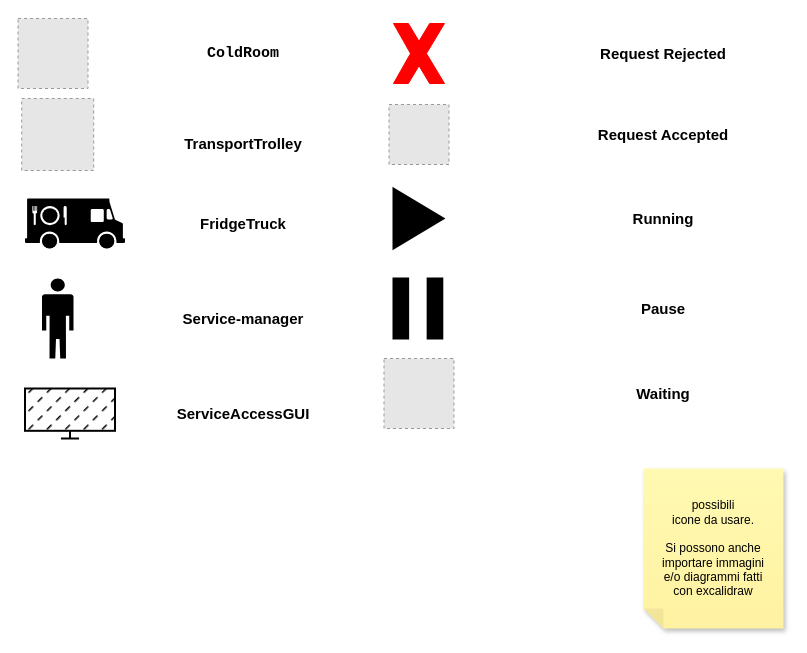
Before: Sprint0/userDocs/resources/draw/legenda.drawio in LEOB3TA/ColdStorageService-Project, a draw.io diagram. Source tidied: cells renumbered, new cells numbered last; positions are measured from the earlier drawing's top-left corner, leaving out a move shared by most shapes. Both pictures are drawn from the tidied source at 100%, with x=0, y=0 at pixel (17, 18). Pictures stored in the file or linked from it are replaced by grey dashed boxes.
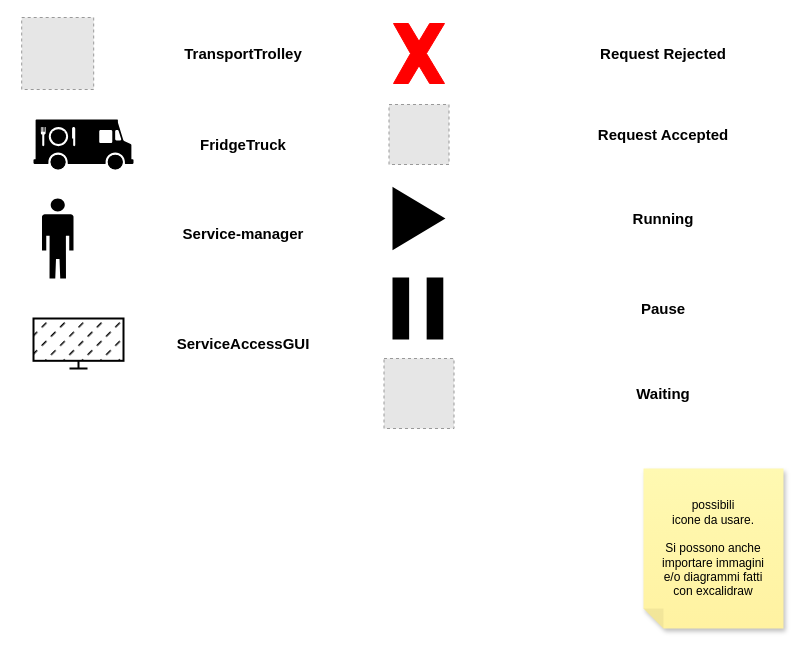
Above is the later version.

Diff of the diagram source:
```diff
@@
-    <mxCell id="2" value="&lt;div align=&quot;right&quot;&gt;&lt;br&gt;&lt;/div&gt;" style="fillColor=#E6E6E6;strokeColor=#999999;dashed=1;html=1;verticalAlign=top;verticalLabelPosition=bottom;labelBackgroundColor=#ffffff;" parent="1" vertex="1">
-      <mxGeometry x="0.5" width="70" height="70" as="geometry" />
-    </mxCell>
     <mxCell id="3" style="fillColor=#E6E6E6;strokeColor=#999999;dashed=1;html=1;verticalAlign=top;verticalLabelPosition=bottom;labelBackgroundColor=#ffffff;" parent="1" vertex="1">
-      <mxGeometry x="4.2" y="80" width="72" height="72" as="geometry" />
+      <mxGeometry x="4.2" y="-1" width="72" height="72" as="geometry" />
     </mxCell>
     <mxCell id="4" style="shape=mxgraph.signs.food.food_truck;html=1;fillColor=#000000;strokeColor=none;verticalLabelPosition=bottom;verticalAlign=top;align=center;" parent="1" vertex="1">
-      <mxGeometry x="7.5" y="180" width="100" height="50" as="geometry" />
+      <mxGeometry x="16" y="101" width="100" height="50" as="geometry" />
     </mxCell>
     <mxCell id="5" style="shape=mxgraph.signs.people.man_2;html=1;fillColor=#000000;strokeColor=none;verticalLabelPosition=bottom;verticalAlign=top;align=center;" parent="1" vertex="1">
-      <mxGeometry x="24.5" y="260" width="31.5" height="80" as="geometry" />
+      <mxGeometry x="24.5" y="180" width="31.5" height="80" as="geometry" />
     </mxCell>
@@
-    <mxCell id="12" value="&lt;pre style=&quot;font-size: 15px;&quot;&gt;&lt;font style=&quot;font-size: 15px;&quot;&gt;&lt;b&gt;ColdRoom&lt;/b&gt;&lt;br&gt;&lt;/font&gt;&lt;/pre&gt;" style="text;html=1;strokeColor=none;fillColor=none;align=center;verticalAlign=middle;whiteSpace=wrap;rounded=0;" parent="1" vertex="1">
-      <mxGeometry x="156" y="20" width="140" height="30" as="geometry" />
-    </mxCell>
     <mxCell id="13" value="&lt;b&gt;&lt;font style=&quot;font-size: 15px;&quot;&gt;TransportTrolley&lt;/font&gt;&lt;/b&gt;" style="text;html=1;strokeColor=none;fillColor=none;align=center;verticalAlign=middle;whiteSpace=wrap;rounded=0;" parent="1" vertex="1">
-      <mxGeometry x="156" y="110" width="140" height="30" as="geometry" />
+      <mxGeometry x="156" y="20" width="140" height="30" as="geometry" />
     </mxCell>
     <mxCell id="14" value="&lt;font size=&quot;1&quot;&gt;&lt;b style=&quot;font-size: 15px;&quot;&gt;FridgeTruck&lt;/b&gt;&lt;/font&gt;" style="text;html=1;strokeColor=none;fillColor=none;align=center;verticalAlign=middle;whiteSpace=wrap;rounded=0;" parent="1" vertex="1">
-      <mxGeometry x="156" y="190" width="140" height="30" as="geometry" />
+      <mxGeometry x="156" y="111" width="140" height="30" as="geometry" />
     </mxCell>
     <mxCell id="15" value="&lt;font size=&quot;1&quot;&gt;&lt;b style=&quot;font-size: 15px;&quot;&gt;Service-manager&lt;/b&gt;&lt;/font&gt;" style="text;html=1;strokeColor=none;fillColor=none;align=center;verticalAlign=middle;whiteSpace=wrap;rounded=0;" parent="1" vertex="1">
-      <mxGeometry x="156" y="285" width="140" height="30" as="geometry" />
+      <mxGeometry x="156" y="200" width="140" height="30" as="geometry" />
     </mxCell>
@@
     <mxCell id="21" style="html=1;verticalLabelPosition=bottom;align=center;labelBackgroundColor=#ffffff;verticalAlign=top;strokeWidth=2;strokeColor=#000000;shadow=0;dashed=0;shape=mxgraph.ios7.icons.monitor;fillStyle=dashed;fillColor=#000000;" parent="1" vertex="1">
-      <mxGeometry x="7.5" y="370" width="90" height="50" as="geometry" />
+      <mxGeometry x="16" y="300" width="90" height="50" as="geometry" />
     </mxCell>
     <mxCell id="22" value="&lt;div&gt;&lt;font size=&quot;1&quot;&gt;&lt;b style=&quot;font-size: 15px;&quot;&gt;ServiceAccessGUI&lt;/b&gt;&lt;/font&gt;&lt;/div&gt;" style="text;html=1;strokeColor=none;fillColor=none;align=center;verticalAlign=middle;whiteSpace=wrap;rounded=0;" parent="1" vertex="1">
-      <mxGeometry x="156" y="380" width="140" height="30" as="geometry" />
+      <mxGeometry x="156" y="310" width="140" height="30" as="geometry" />
     </mxCell>
```
